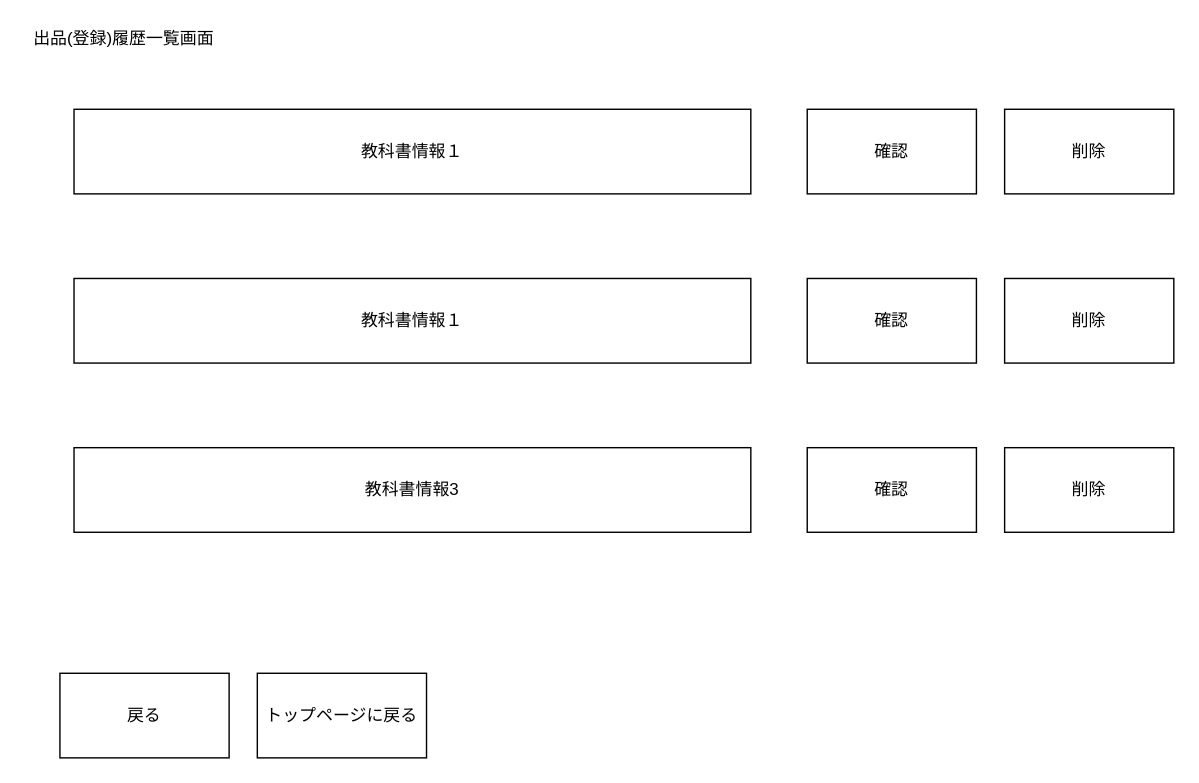
The draw.io diagram レイアウト図/会員画面/出品/出品(登録)履歴一覧画面.drawio in 2022java42-student009/ProjectJava, before the edit. Source tidied: cells renumbered, new cells numbered last; positions are measured from the earlier drawing's top-left corner, leaving out a move shared by most shapes. Both pictures are drawn from the tidied source at 141%, with x=0, y=0 at pixel (24, 24).
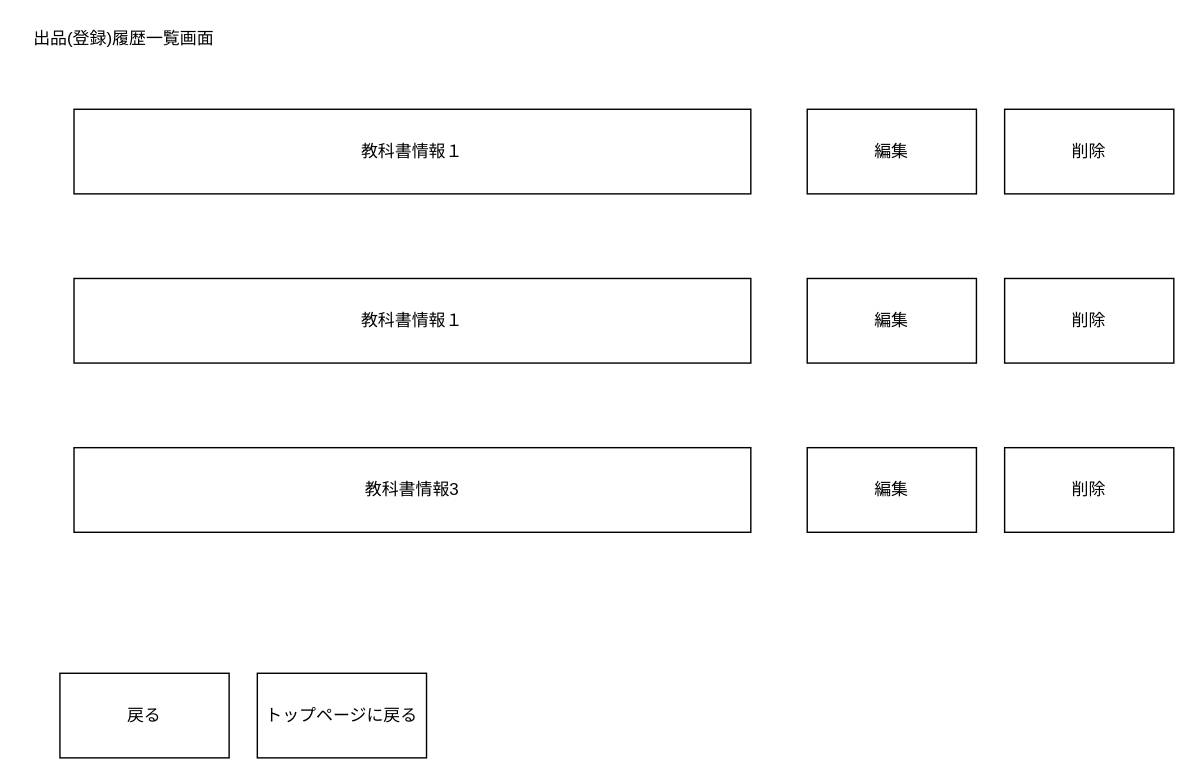
The same page after the edit.

What changed in the source:
```diff
@@
 <mxGraphModel>
   <root>
     <mxCell id="0" />
     <mxCell id="1" parent="0" />
     <mxCell id="2" value="出品(登録)履歴一覧画面" style="text;html=1;align=center;verticalAlign=middle;strokeColor=none;fillColor=none;" parent="1" vertex="1">
       <mxGeometry width="140" height="20" as="geometry" />
     </mxCell>
     <mxCell id="3" value="トップページに戻る" style="rounded=0;whiteSpace=wrap;html=1;" parent="1" vertex="1">
       <mxGeometry x="165" y="460" width="120" height="60" as="geometry" />
     </mxCell>
-    <mxCell id="4" value="確認" style="rounded=0;whiteSpace=wrap;html=1;" parent="1" vertex="1">
+    <mxCell id="4" value="編集" style="rounded=0;whiteSpace=wrap;html=1;" parent="1" vertex="1">
       <mxGeometry x="555" y="60" width="120" height="60" as="geometry" />
     </mxCell>
     <mxCell id="5" value="戻る" style="rounded=0;whiteSpace=wrap;html=1;" parent="1" vertex="1">
       <mxGeometry x="25" y="460" width="120" height="60" as="geometry" />
     </mxCell>
-    <mxCell id="6" value="確認" style="rounded=0;whiteSpace=wrap;html=1;" parent="1" vertex="1">
+    <mxCell id="6" value="編集" style="rounded=0;whiteSpace=wrap;html=1;" parent="1" vertex="1">
       <mxGeometry x="555" y="180" width="120" height="60" as="geometry" />
     </mxCell>
-    <mxCell id="7" value="確認" style="rounded=0;whiteSpace=wrap;html=1;" parent="1" vertex="1">
+    <mxCell id="7" value="編集" style="rounded=0;whiteSpace=wrap;html=1;" parent="1" vertex="1">
       <mxGeometry x="555" y="300" width="120" height="60" as="geometry" />
     </mxCell>
     <mxCell id="8" value="教科書情報１" style="rounded=0;whiteSpace=wrap;html=1;" parent="1" vertex="1">
       <mxGeometry x="35" y="60" width="480" height="60" as="geometry" />
     </mxCell>
     <mxCell id="9" value="&lt;span&gt;教科書情報１&lt;/span&gt;" style="rounded=0;whiteSpace=wrap;html=1;" parent="1" vertex="1">
       <mxGeometry x="35" y="180" width="480" height="60" as="geometry" />
     </mxCell>
     <mxCell id="10" value="&lt;span&gt;教科書情報3&lt;/span&gt;" style="rounded=0;whiteSpace=wrap;html=1;" parent="1" vertex="1">
       <mxGeometry x="35" y="300" width="480" height="60" as="geometry" />
     </mxCell>
     <mxCell id="11" value="削除" style="rounded=0;whiteSpace=wrap;html=1;" parent="1" vertex="1">
       <mxGeometry x="695" y="180" width="120" height="60" as="geometry" />
     </mxCell>
     <mxCell id="12" value="削除" style="rounded=0;whiteSpace=wrap;html=1;" parent="1" vertex="1">
       <mxGeometry x="695" y="60" width="120" height="60" as="geometry" />
     </mxCell>
     <mxCell id="13" value="削除" style="rounded=0;whiteSpace=wrap;html=1;" parent="1" vertex="1">
       <mxGeometry x="695" y="300" width="120" height="60" as="geometry" />
     </mxCell>
   </root>
 </mxGraphModel>
```
